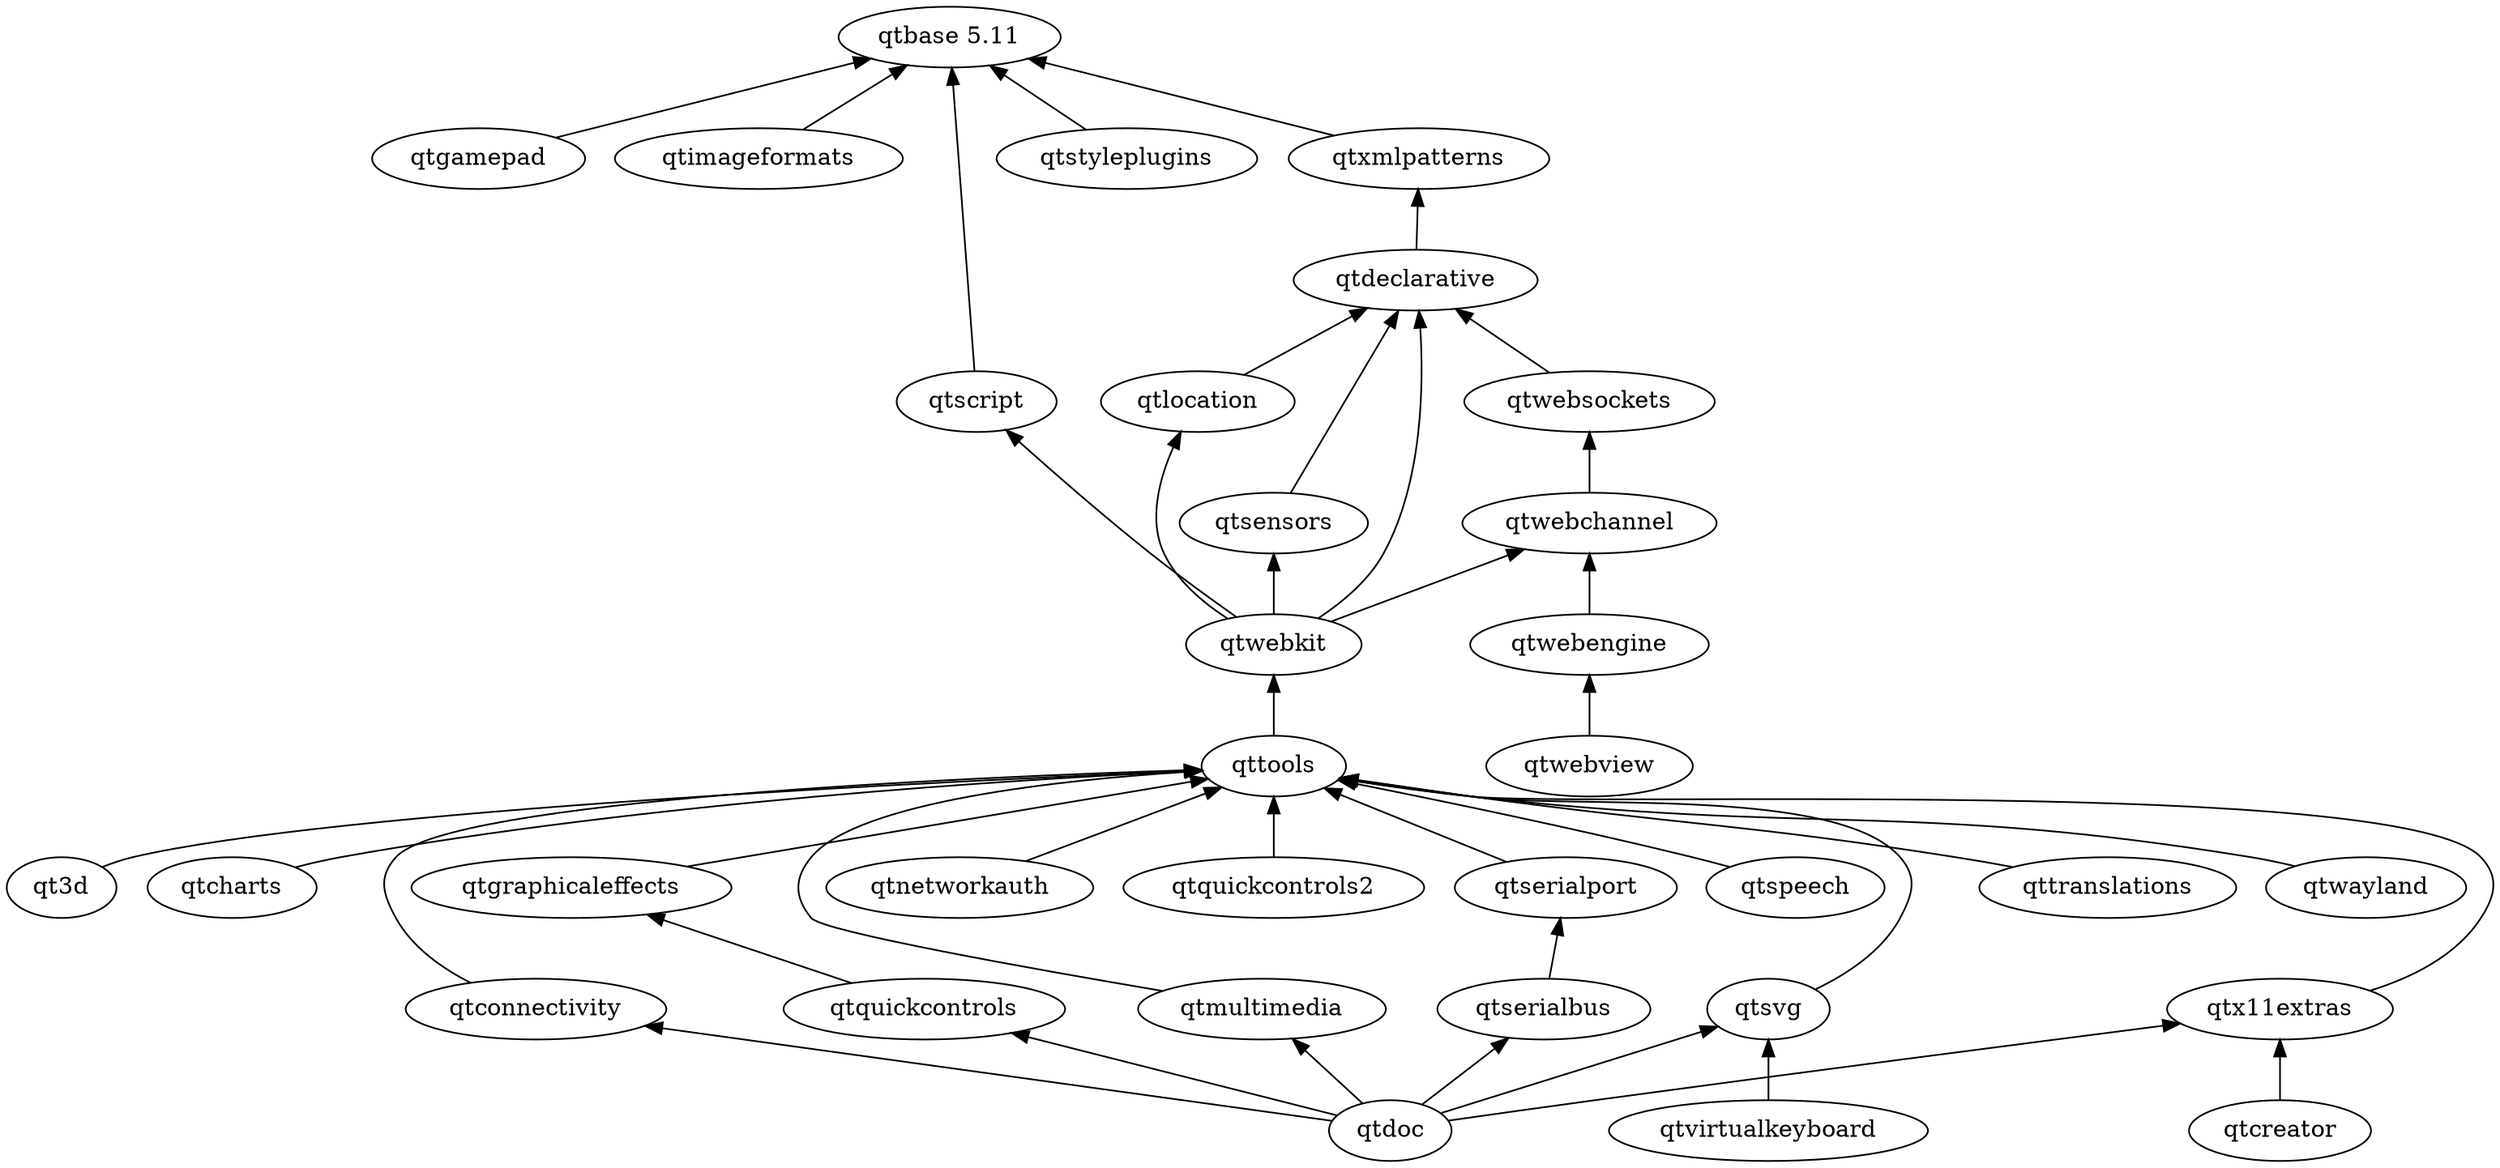
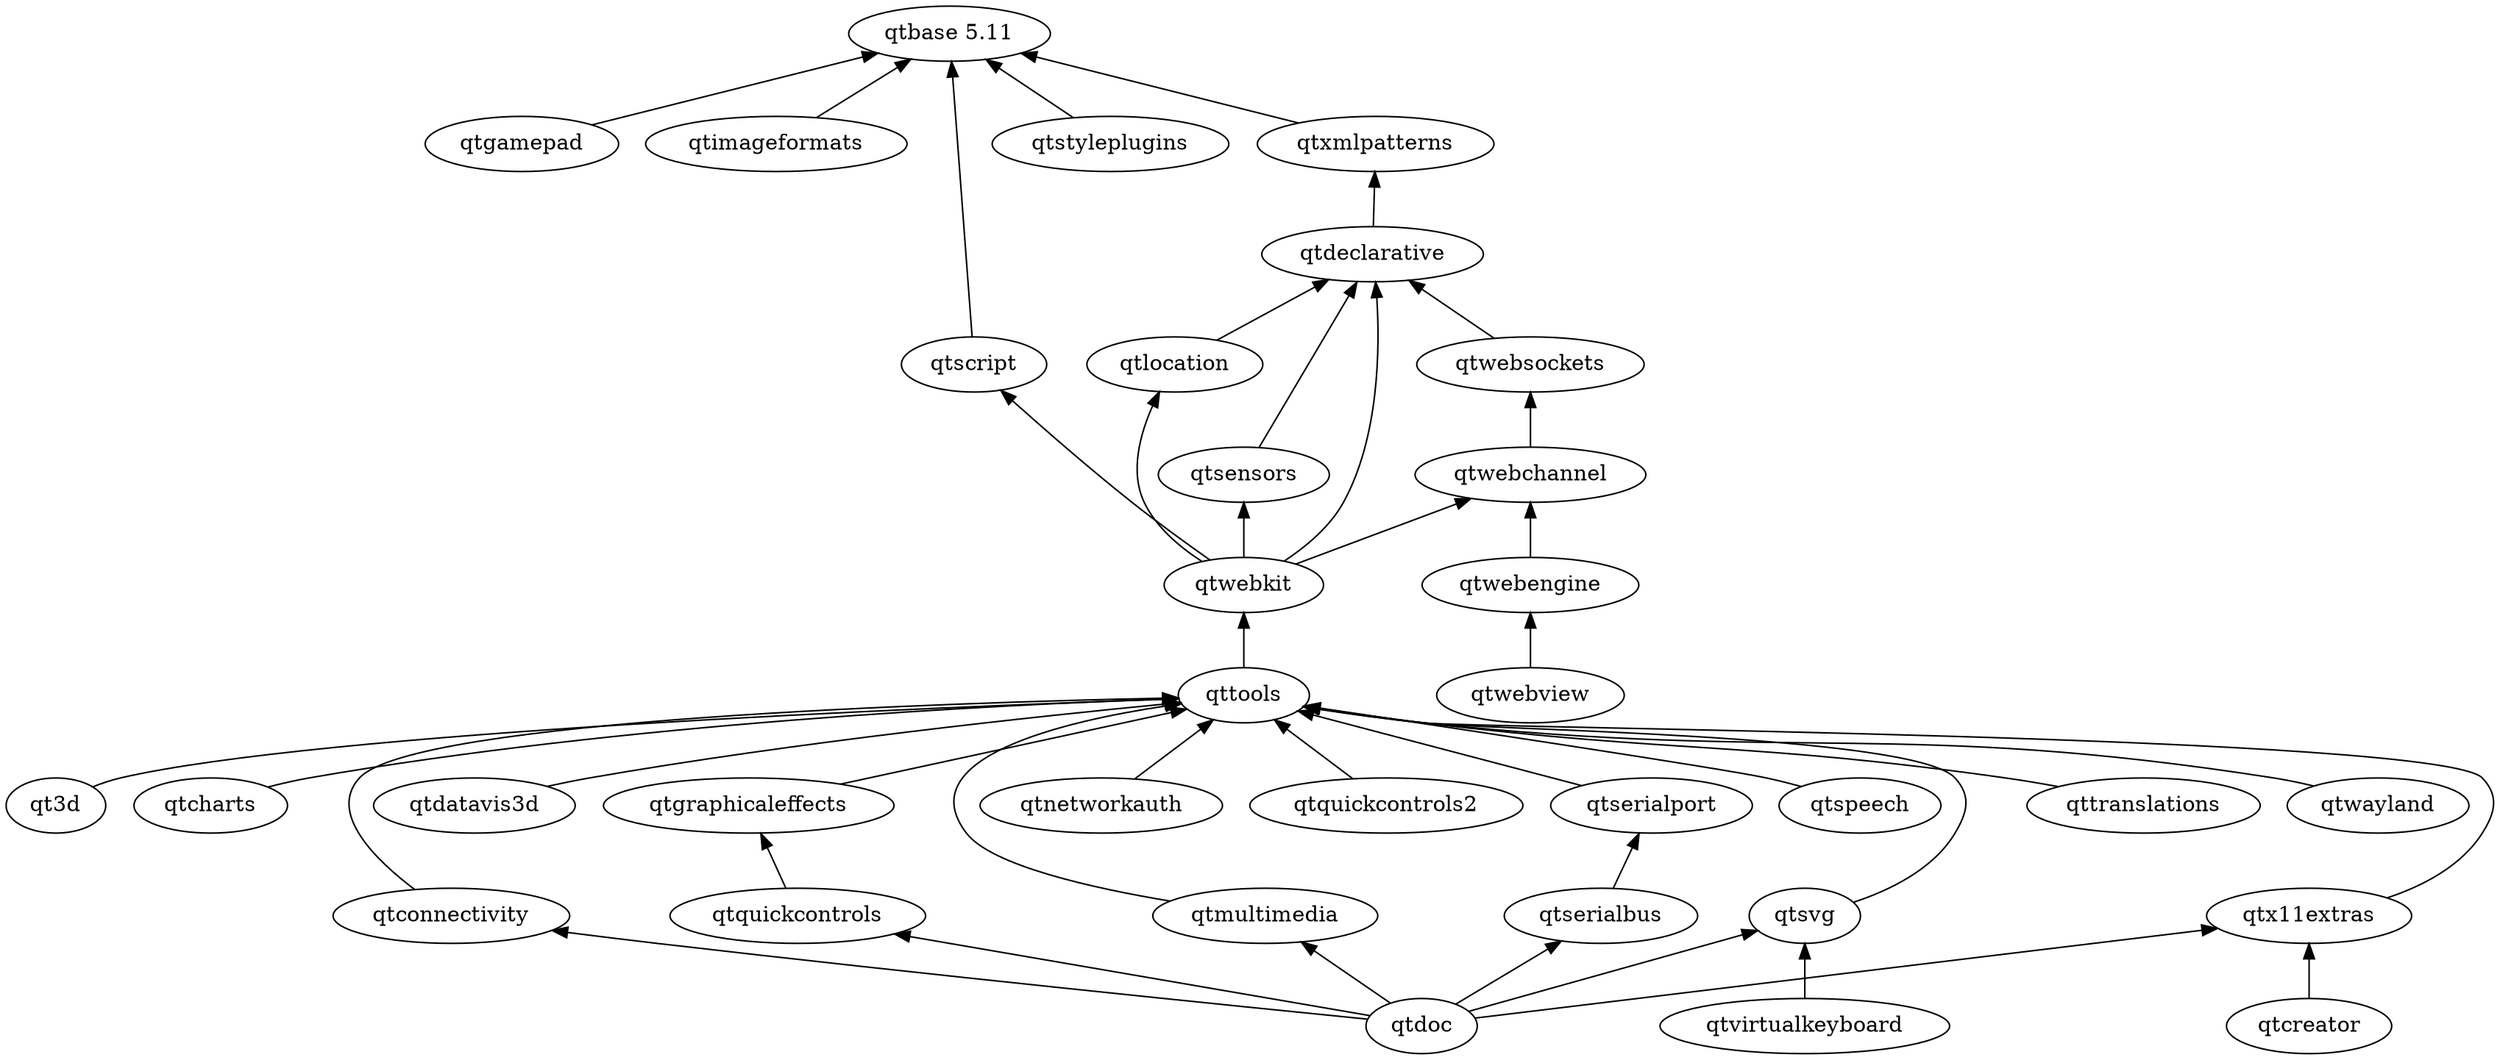
digraph qt5 {
  graph [
    rankdir = "BT"
  ]

  "qtbase 5.11"
  qt3d
  qtcharts
  qtconnectivity
  qtcreator
+   qtdatavis3d
  qtdeclarative
  qtdoc
  qtgamepad
  qtgraphicaleffects
  qtimageformats
  qtlocation
  qtmultimedia
  qtnetworkauth
  qtquickcontrols
  qtquickcontrols2
  qtscript
  qtsensors
  qtserialbus
  qtserialport
  qtspeech
  qtstyleplugins
  qtsvg
  qttools
  qttranslations
  qtvirtualkeyboard
  qtwayland
  qtwebchannel
  qtwebengine
  qtwebkit
  qtwebsockets
  qtx11extras
  qtxmlpatterns

  qt3d -> qttools
  qtcharts -> qttools
  qtconnectivity -> qttools
  qtcreator -> qtx11extras
+   qtdatavis3d -> qttools
  qtdeclarative -> qtxmlpatterns
  qtdoc -> qtconnectivity
  qtdoc -> qtmultimedia
  qtdoc -> qtquickcontrols
  qtdoc -> qtserialbus
  qtdoc -> qtsvg
  qtdoc -> qtx11extras
  qtgamepad -> "qtbase 5.11"
  qtgraphicaleffects -> qttools
  qtimageformats -> "qtbase 5.11"
  qtlocation -> qtdeclarative
  qtmultimedia -> qttools
  qtnetworkauth -> qttools
  qtquickcontrols -> qtgraphicaleffects
  qtquickcontrols2 -> qttools
  qtscript -> "qtbase 5.11"
  qtsensors ->qtdeclarative
  qtserialbus -> qtserialport
  qtserialport -> qttools
  qtspeech -> qttools
  qtstyleplugins -> "qtbase 5.11"
  qtsvg -> qttools
  qttools -> qtwebkit
  qttranslations -> qttools
  qtvirtualkeyboard -> qtsvg
  qtwayland -> qttools
  qtwebchannel -> qtwebsockets
  qtwebengine -> qtwebchannel
  qtwebkit -> qtdeclarative
  qtwebkit -> qtlocation
  qtwebkit -> qtscript
  qtwebkit -> qtsensors
  qtwebkit -> qtwebchannel
  qtwebsockets -> qtdeclarative
  qtwebview -> qtwebengine
  qtx11extras -> qttools
  qtxmlpatterns -> "qtbase 5.11"
}
